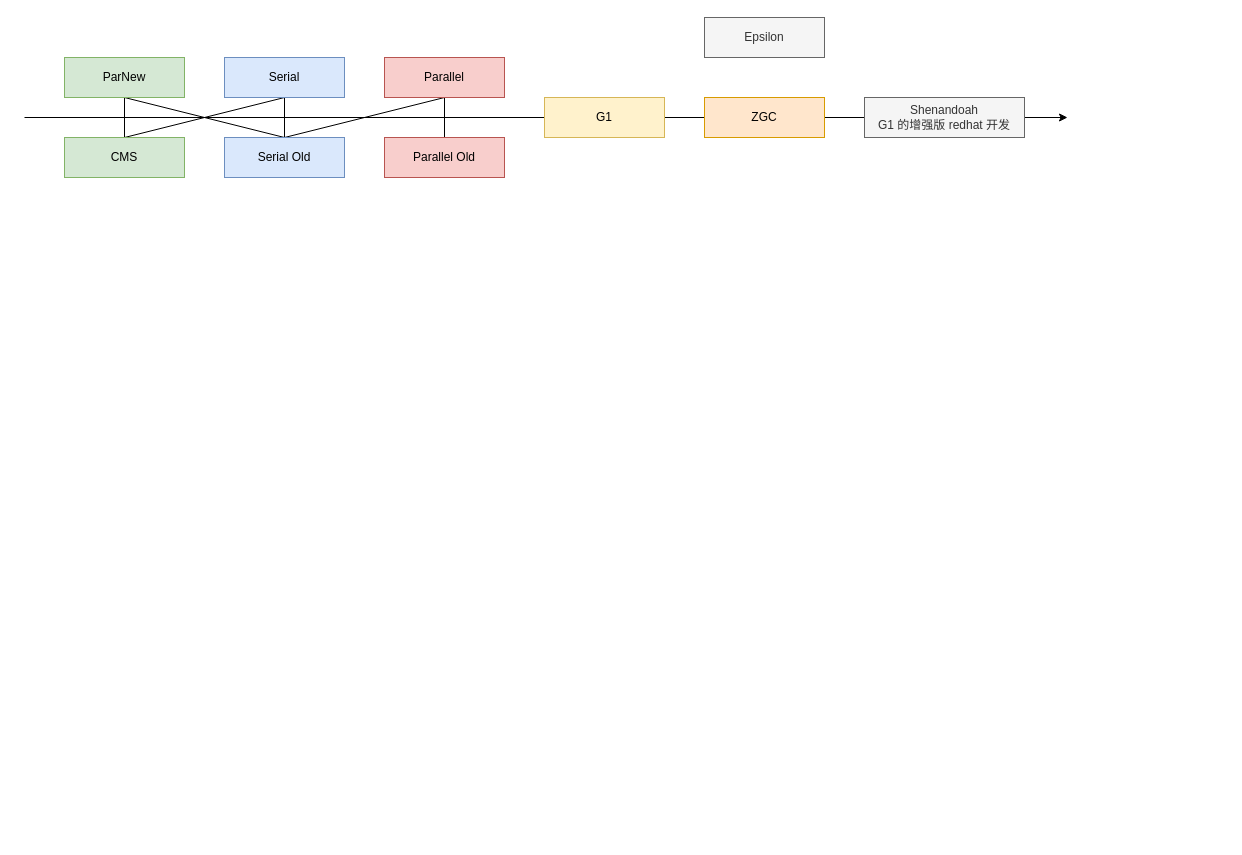
This is page "垃圾收集器" (2 of 2) of Java/JVM.drawio from wubinglong9716/NoteBook, a draw.io file, before an edit. Source tidied: cells renumbered, new cells numbered last; positions are measured from the earlier drawing's top-left corner, leaving out a move shared by most shapes. Both pictures are drawn from the tidied source at 100%, with x=0, y=0 at pixel (24, 17).
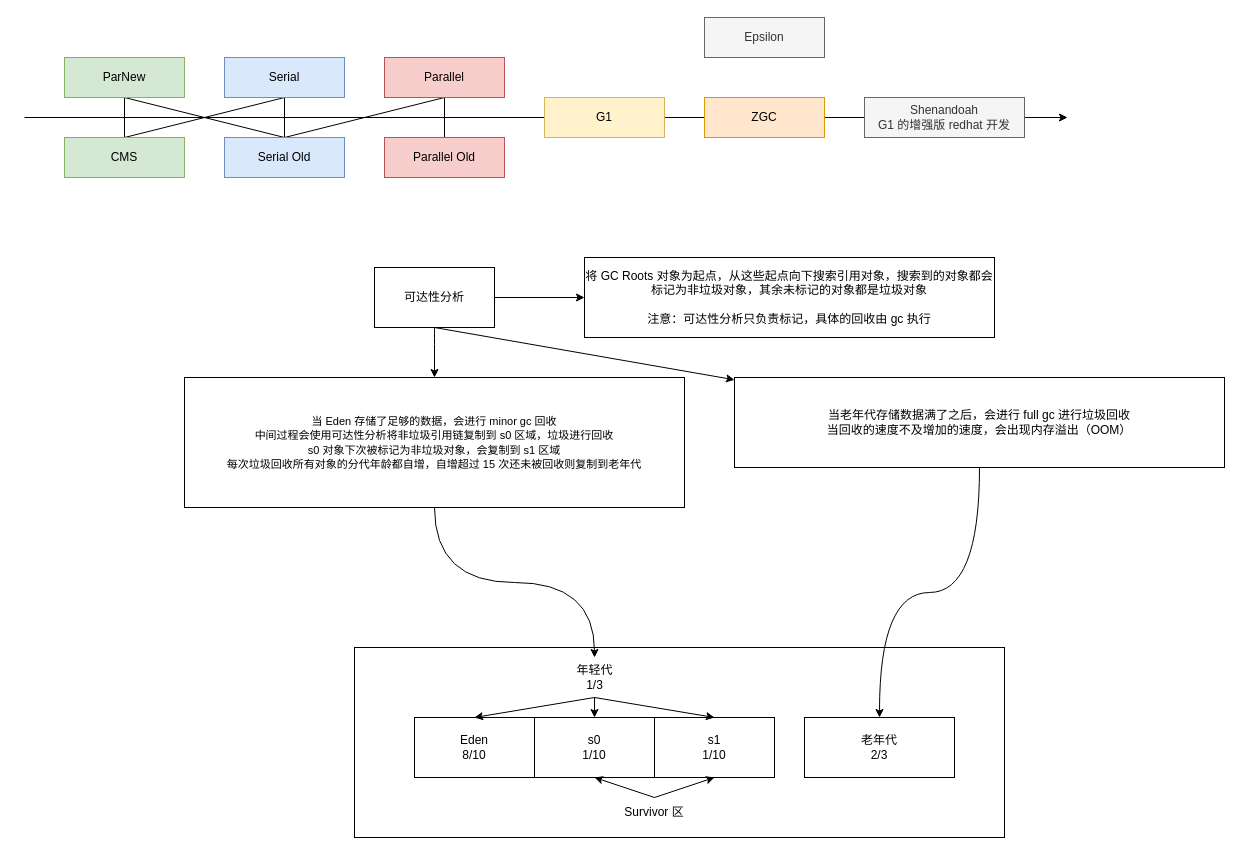
Above is the later version.

Diff of the diagram source:
```diff
@@
+    <mxCell id="19" style="rounded=0;whiteSpace=wrap;html=1;fillColor=#FFFFFF;" parent="1" vertex="1">
+      <mxGeometry x="330" y="630" width="650" height="190" as="geometry" />
+    </mxCell>
+    <mxCell id="20" value="Eden&lt;br&gt;8/10" style="rounded=0;whiteSpace=wrap;html=1;fillColor=#FFFFFF;" parent="1" vertex="1">
+      <mxGeometry x="390" y="700" width="120" height="60" as="geometry" />
+    </mxCell>
+    <mxCell id="21" value="s0&lt;br&gt;1/10" style="rounded=0;whiteSpace=wrap;html=1;fillColor=#FFFFFF;" parent="1" vertex="1">
+      <mxGeometry x="510" y="700" width="120" height="60" as="geometry" />
+    </mxCell>
+    <mxCell id="22" value="s1&lt;br&gt;1/10" style="rounded=0;whiteSpace=wrap;html=1;fillColor=#FFFFFF;" parent="1" vertex="1">
+      <mxGeometry x="630" y="700" width="120" height="60" as="geometry" />
+    </mxCell>
+    <mxCell id="23" value="老年代&lt;br&gt;2/3" style="rounded=0;whiteSpace=wrap;html=1;fillColor=#FFFFFF;" parent="1" vertex="1">
+      <mxGeometry x="780" y="700" width="150" height="60" as="geometry" />
+    </mxCell>
+    <mxCell id="24" style="edgeStyle=none;rounded=0;jettySize=auto;html=1;exitX=0.5;exitY=1;exitDx=0;exitDy=0;entryX=0.5;entryY=0;entryDx=0;entryDy=0;" parent="1" edge="1" source="27" target="20">
+      <mxGeometry relative="1" as="geometry" />
+    </mxCell>
+    <mxCell id="25" style="edgeStyle=none;rounded=0;jettySize=auto;html=1;exitX=0.5;exitY=1;exitDx=0;exitDy=0;entryX=0.5;entryY=0;entryDx=0;entryDy=0;" parent="1" edge="1" source="27" target="21">
+      <mxGeometry relative="1" as="geometry" />
+    </mxCell>
+    <mxCell id="26" style="edgeStyle=none;rounded=0;jettySize=auto;html=1;exitX=0.5;exitY=1;exitDx=0;exitDy=0;entryX=0.5;entryY=0;entryDx=0;entryDy=0;" parent="1" edge="1" source="27" target="22">
+      <mxGeometry relative="1" as="geometry" />
+    </mxCell>
+    <mxCell id="27" value="年轻代&lt;br&gt;1/3" style="text;html=1;strokeColor=none;fillColor=none;align=center;verticalAlign=middle;whiteSpace=wrap;rounded=0;" parent="1" vertex="1">
+      <mxGeometry x="542.5" y="640" width="55" height="40" as="geometry" />
+    </mxCell>
+    <mxCell id="28" style="edgeStyle=none;rounded=0;jettySize=auto;html=1;exitX=0.5;exitY=0;exitDx=0;exitDy=0;entryX=0.5;entryY=1;entryDx=0;entryDy=0;" parent="1" edge="1" source="30" target="22">
+      <mxGeometry relative="1" as="geometry" />
+    </mxCell>
+    <mxCell id="29" style="edgeStyle=none;rounded=0;jettySize=auto;html=1;exitX=0.5;exitY=0;exitDx=0;exitDy=0;entryX=0.5;entryY=1;entryDx=0;entryDy=0;" parent="1" edge="1" source="30" target="21">
+      <mxGeometry relative="1" as="geometry" />
+    </mxCell>
+    <mxCell id="30" value="Survivor 区" style="text;html=1;strokeColor=none;fillColor=none;align=center;verticalAlign=middle;whiteSpace=wrap;rounded=0;" parent="1" vertex="1">
+      <mxGeometry x="595" y="780" width="70" height="30" as="geometry" />
+    </mxCell>
+    <mxCell id="31" style="edgeStyle=orthogonalEdgeStyle;curved=1;rounded=0;jettySize=auto;html=1;exitX=0.5;exitY=1;exitDx=0;exitDy=0;" parent="1" edge="1" source="32" target="27">
+      <mxGeometry relative="1" as="geometry" />
+    </mxCell>
+    <mxCell id="32" value="&lt;span style=&quot;font-size: 11px ; background-color: rgb(255 , 255 , 255)&quot;&gt;当 Eden 存储了足够的数据，会进行 minor gc 回收&lt;/span&gt;&lt;br style=&quot;font-size: 11px&quot;&gt;&lt;span style=&quot;font-size: 11px ; background-color: rgb(255 , 255 , 255)&quot;&gt;中间过程会使用可达性分析将非垃圾引用链复制到 s0 区域，垃圾进行回收&lt;/span&gt;&lt;br style=&quot;font-size: 11px&quot;&gt;&lt;span style=&quot;font-size: 11px ; background-color: rgb(255 , 255 , 255)&quot;&gt;s0 对象下次被标记为非垃圾对象，会复制到 s1 区域&lt;/span&gt;&lt;br style=&quot;font-size: 11px&quot;&gt;&lt;span style=&quot;font-size: 11px ; background-color: rgb(255 , 255 , 255)&quot;&gt;每次垃圾回收所有对象的分代年龄都自增，自增超过 15 次还未被回收则复制到老年代&lt;/span&gt;" style="rounded=0;whiteSpace=wrap;html=1;" parent="1" vertex="1">
+      <mxGeometry x="160" y="360" width="500" height="130" as="geometry" />
+    </mxCell>
+    <mxCell id="33" style="edgeStyle=orthogonalEdgeStyle;curved=1;rounded=0;jettySize=auto;html=1;exitX=0.5;exitY=1;exitDx=0;exitDy=0;" parent="1" edge="1" source="34" target="23">
+      <mxGeometry relative="1" as="geometry" />
+    </mxCell>
+    <mxCell id="34" value="当老年代存储数据满了之后，会进行 full gc 进行垃圾回收&lt;br&gt;当回收的速度不及增加的速度，会出现内存溢出（OOM）" style="rounded=0;whiteSpace=wrap;html=1;" parent="1" vertex="1">
+      <mxGeometry x="710" y="360" width="490" height="90" as="geometry" />
+    </mxCell>
+    <mxCell id="35" style="rounded=0;jettySize=auto;html=1;exitX=1;exitY=0.5;exitDx=0;exitDy=0;entryX=0;entryY=0.5;entryDx=0;entryDy=0;" parent="1" edge="1" source="38" target="39">
+      <mxGeometry relative="1" as="geometry" />
+    </mxCell>
+    <mxCell id="36" style="edgeStyle=orthogonalEdgeStyle;curved=1;rounded=0;jettySize=auto;html=1;exitX=0.5;exitY=1;exitDx=0;exitDy=0;entryX=0.5;entryY=0;entryDx=0;entryDy=0;" parent="1" edge="1" source="38" target="32">
+      <mxGeometry relative="1" as="geometry" />
+    </mxCell>
+    <mxCell id="37" style="rounded=0;jettySize=auto;html=1;exitX=0.5;exitY=1;exitDx=0;exitDy=0;" parent="1" edge="1" source="38" target="34">
+      <mxGeometry relative="1" as="geometry" />
+    </mxCell>
+    <mxCell id="38" value="可达性分析" style="rounded=0;whiteSpace=wrap;html=1;fillColor=#FFFFFF;" parent="1" vertex="1">
+      <mxGeometry x="350" y="250" width="120" height="60" as="geometry" />
+    </mxCell>
+    <mxCell id="39" value="将 GC Roots 对象为起点，从这些起点向下搜索引用对象，搜索到的对象都会标记为非垃圾对象，其余未标记的对象都是垃圾对象&lt;br&gt;&lt;br&gt;注意：可达性分析只负责标记，具体的回收由 gc 执行" style="rounded=0;whiteSpace=wrap;html=1;fillColor=#FFFFFF;" parent="1" vertex="1">
+      <mxGeometry x="560" y="240" width="410" height="80" as="geometry" />
+    </mxCell>
```
